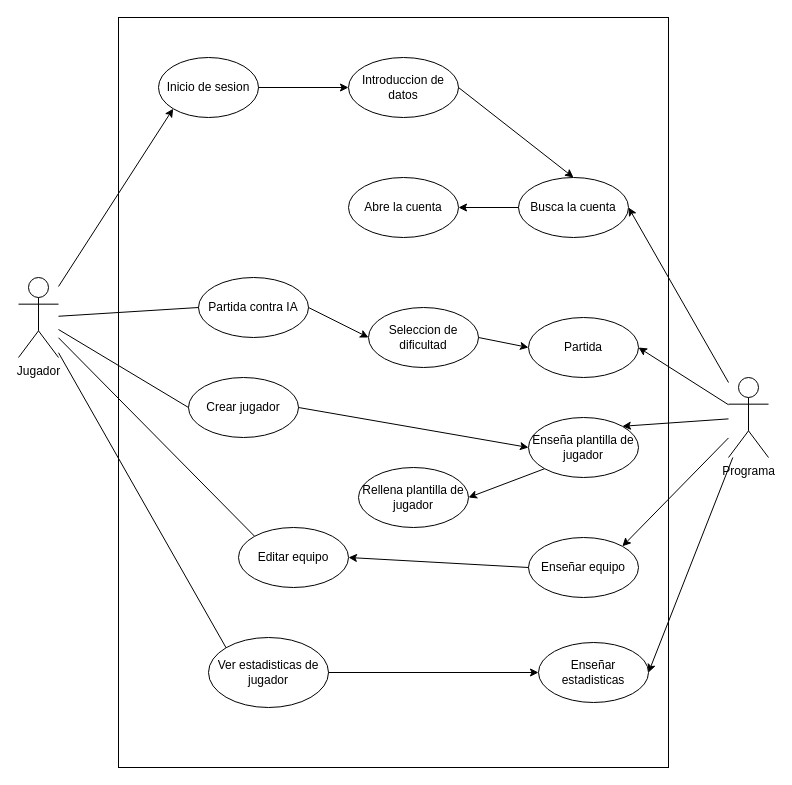
The draw.io diagram Diagrama de uso.drawio in ManuLazaro/TrabajoProgramacion, before the edit. Source tidied: cells renumbered, new cells numbered last; positions are measured from the earlier drawing's top-left corner, leaving out a move shared by most shapes. Both pictures are drawn from the tidied source at 100%, with x=0, y=0 at pixel (18, 17).
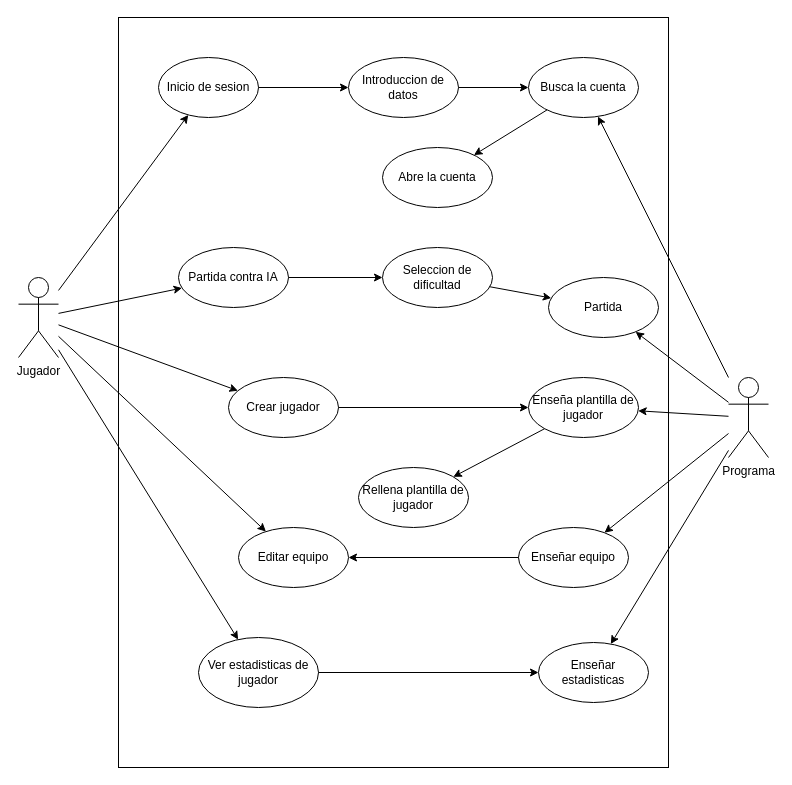
Above is the later version.

The change refers to these unchanged cells:
```xml
<mxCell id="2" value="Jugador" style="shape=umlActor;verticalLabelPosition=bottom;verticalAlign=top;html=1;outlineConnect=0;" parent="1" vertex="1">
  <mxGeometry y="260" width="40" height="80" as="geometry" />
</mxCell>
<mxCell id="3" value="Programa" style="shape=umlActor;verticalLabelPosition=bottom;verticalAlign=top;html=1;outlineConnect=0;align=center;horizontal=1;" parent="1" vertex="1">
  <mxGeometry x="710" y="360" width="40" height="80" as="geometry" />
</mxCell>
<mxCell id="5" value="Inicio de sesion" style="ellipse;whiteSpace=wrap;html=1;" parent="1" vertex="1">
  <mxGeometry x="140" y="40" width="100" height="60" as="geometry" />
</mxCell>
<mxCell id="9" value="Editar equipo" style="ellipse;whiteSpace=wrap;html=1;" parent="1" vertex="1">
  <mxGeometry x="220" y="510" width="110" height="60" as="geometry" />
</mxCell>
<mxCell id="14" value="Introduccion de datos" style="ellipse;whiteSpace=wrap;html=1;" parent="1" vertex="1">
  <mxGeometry x="330" y="40" width="110" height="60" as="geometry" />
</mxCell>
<mxCell id="29" value="Rellena plantilla de jugador" style="ellipse;whiteSpace=wrap;html=1;" parent="1" vertex="1">
  <mxGeometry x="340" y="450" width="110" height="60" as="geometry" />
</mxCell>
<mxCell id="34" value="Enseñar estadisticas" style="ellipse;whiteSpace=wrap;html=1;" parent="1" vertex="1">
  <mxGeometry x="520" y="625" width="110" height="60" as="geometry" />
</mxCell>
```

The edit, as a diff of the source:
```diff
@@
     <mxCell id="6" value="Partida contra IA" style="ellipse;whiteSpace=wrap;html=1;" parent="1" vertex="1">
-      <mxGeometry x="180" y="260" width="110" height="60" as="geometry" />
+      <mxGeometry x="160" y="230" width="110" height="60" as="geometry" />
     </mxCell>
-    <mxCell id="7" style="endArrow=none;html=1;rounded=0;entryX=0;entryY=0.5;entryDx=0;entryDy=0;" parent="1" edge="1" source="2" target="6">
-      <mxGeometry relative="1" as="geometry" />
-    </mxCell>
     <mxCell id="8" value="Crear jugador" style="ellipse;whiteSpace=wrap;html=1;" parent="1" vertex="1">
-      <mxGeometry x="170" y="360" width="110" height="60" as="geometry" />
+      <mxGeometry x="210" y="360" width="110" height="60" as="geometry" />
     </mxCell>
@@
     <mxCell id="10" value="Ver estadisticas de jugador" style="ellipse;whiteSpace=wrap;html=1;" parent="1" vertex="1">
-      <mxGeometry x="190" y="620" width="120" height="70" as="geometry" />
+      <mxGeometry x="180" y="620" width="120" height="70" as="geometry" />
     </mxCell>
-    <mxCell id="11" style="endArrow=none;html=1;rounded=0;entryX=0;entryY=0.5;entryDx=0;entryDy=0;" parent="1" edge="1" source="2" target="8">
-      <mxGeometry relative="1" as="geometry" />
-    </mxCell>
-    <mxCell id="12" style="endArrow=none;html=1;rounded=0;entryX=0;entryY=0;entryDx=0;entryDy=0;" parent="1" edge="1" source="2" target="9">
-      <mxGeometry relative="1" as="geometry" />
-    </mxCell>
-    <mxCell id="13" style="endArrow=none;html=1;rounded=0;entryX=0;entryY=0;entryDx=0;entryDy=0;" parent="1" edge="1" source="2" target="10">
-      <mxGeometry relative="1" as="geometry" />
-    </mxCell>
@@
     <mxCell id="15" value="Busca la cuenta" style="ellipse;whiteSpace=wrap;html=1;" parent="1" vertex="1">
-      <mxGeometry x="500" y="160" width="110" height="60" as="geometry" />
+      <mxGeometry x="510" y="40" width="110" height="60" as="geometry" />
     </mxCell>
     <mxCell id="16" value="Abre la cuenta" style="ellipse;whiteSpace=wrap;html=1;" parent="1" vertex="1">
-      <mxGeometry x="330" y="160" width="110" height="60" as="geometry" />
+      <mxGeometry x="364" y="130" width="110" height="60" as="geometry" />
     </mxCell>
-    <mxCell id="17" style="endArrow=classic;html=1;rounded=0;exitX=1;exitY=0.5;exitDx=0;exitDy=0;entryX=0;entryY=0.5;entryDx=0;entryDy=0;" parent="1" edge="1" source="5" target="14">
+    <mxCell id="17" style="endArrow=classic;html=1;rounded=0;" parent="1" edge="1" source="5" target="14">
       <mxGeometry relative="1" as="geometry" />
     </mxCell>
-    <mxCell id="18" style="endArrow=classic;html=1;rounded=0;exitX=1;exitY=0.5;exitDx=0;exitDy=0;entryX=0.5;entryY=0;entryDx=0;entryDy=0;" parent="1" edge="1" source="14" target="15">
+    <mxCell id="18" style="endArrow=classic;html=1;rounded=0;" parent="1" edge="1" source="14" target="15">
       <mxGeometry relative="1" as="geometry" />
     </mxCell>
-    <mxCell id="19" style="endArrow=classic;html=1;rounded=0;exitX=0;exitY=0.5;exitDx=0;exitDy=0;entryX=1;entryY=0.5;entryDx=0;entryDy=0;" parent="1" edge="1" source="15" target="16">
+    <mxCell id="19" style="endArrow=classic;html=1;rounded=0;" parent="1" edge="1" source="15" target="16">
       <mxGeometry relative="1" as="geometry" />
     </mxCell>
-    <mxCell id="20" style="endArrow=classic;html=1;rounded=0;entryX=1;entryY=0.5;entryDx=0;entryDy=0;" parent="1" edge="1" source="3" target="15">
+    <mxCell id="20" style="endArrow=classic;html=1;rounded=0;" parent="1" edge="1" source="3" target="15">
       <mxGeometry relative="1" as="geometry" />
     </mxCell>
     <mxCell id="21" value="Seleccion de dificultad" style="ellipse;whiteSpace=wrap;html=1;" parent="1" vertex="1">
-      <mxGeometry x="350" y="290" width="110" height="60" as="geometry" />
+      <mxGeometry x="364" y="230" width="110" height="60" as="geometry" />
     </mxCell>
     <mxCell id="22" value="Partida" style="ellipse;whiteSpace=wrap;html=1;" parent="1" vertex="1">
-      <mxGeometry x="510" y="300" width="110" height="60" as="geometry" />
+      <mxGeometry x="530" y="260" width="110" height="60" as="geometry" />
     </mxCell>
-    <mxCell id="23" style="endArrow=classic;html=1;rounded=0;exitX=1;exitY=0.5;exitDx=0;exitDy=0;entryX=0;entryY=0.5;entryDx=0;entryDy=0;" parent="1" edge="1" source="6" target="21">
+    <mxCell id="23" style="endArrow=classic;html=1;rounded=0;" parent="1" edge="1" source="6" target="21">
       <mxGeometry relative="1" as="geometry" />
     </mxCell>
-    <mxCell id="24" style="endArrow=classic;html=1;rounded=0;exitX=1;exitY=0.5;exitDx=0;exitDy=0;entryX=0;entryY=0.5;entryDx=0;entryDy=0;" parent="1" edge="1" source="21" target="22">
+    <mxCell id="24" style="endArrow=classic;html=1;rounded=0;" parent="1" edge="1" source="21" target="22">
       <mxGeometry relative="1" as="geometry" />
     </mxCell>
-    <mxCell id="25" style="endArrow=classic;html=1;rounded=0;entryX=0;entryY=1;entryDx=0;entryDy=0;" parent="1" edge="1" source="2" target="5">
+    <mxCell id="25" style="endArrow=classic;html=1;rounded=0;" parent="1" edge="1" source="2" target="5">
       <mxGeometry relative="1" as="geometry" />
     </mxCell>
-    <mxCell id="26" style="endArrow=classic;html=1;rounded=0;entryX=1;entryY=0.5;entryDx=0;entryDy=0;" parent="1" edge="1" source="3" target="22">
+    <mxCell id="26" style="endArrow=classic;html=1;rounded=0;" parent="1" edge="1" source="3" target="22">
       <mxGeometry relative="1" as="geometry" />
     </mxCell>
     <mxCell id="27" value="Enseña plantilla de jugador" style="ellipse;whiteSpace=wrap;html=1;" parent="1" vertex="1">
-      <mxGeometry x="510" y="400" width="110" height="60" as="geometry" />
+      <mxGeometry x="510" y="360" width="110" height="60" as="geometry" />
     </mxCell>
-    <mxCell id="28" style="endArrow=classic;html=1;rounded=0;entryX=1;entryY=0;entryDx=0;entryDy=0;" parent="1" edge="1" source="3" target="27">
+    <mxCell id="28" style="endArrow=classic;html=1;rounded=0;" parent="1" edge="1" source="3" target="27">
       <mxGeometry relative="1" as="geometry" />
     </mxCell>
@@
-    <mxCell id="30" style="endArrow=classic;html=1;rounded=0;exitX=1;exitY=0.5;exitDx=0;exitDy=0;entryX=0;entryY=0.5;entryDx=0;entryDy=0;" parent="1" edge="1" source="8" target="27">
+    <mxCell id="30" style="endArrow=classic;html=1;rounded=0;" parent="1" edge="1" source="8" target="27">
       <mxGeometry relative="1" as="geometry" />
     </mxCell>
-    <mxCell id="31" style="endArrow=classic;html=1;rounded=0;exitX=0;exitY=1;exitDx=0;exitDy=0;entryX=1;entryY=0.5;entryDx=0;entryDy=0;" parent="1" edge="1" source="27" target="29">
+    <mxCell id="31" style="endArrow=classic;html=1;rounded=0;exitX=0;exitY=1;exitDx=0;exitDy=0;" parent="1" edge="1" source="27" target="29">
       <mxGeometry relative="1" as="geometry" />
     </mxCell>
     <mxCell id="32" value="Enseñar equipo" style="ellipse;whiteSpace=wrap;html=1;" parent="1" vertex="1">
-      <mxGeometry x="510" y="520" width="110" height="60" as="geometry" />
+      <mxGeometry x="500" y="510" width="110" height="60" as="geometry" />
     </mxCell>
-    <mxCell id="33" style="endArrow=classic;html=1;rounded=0;entryX=1;entryY=0;entryDx=0;entryDy=0;" parent="1" edge="1" source="3" target="32">
+    <mxCell id="33" style="endArrow=classic;html=1;rounded=0;" parent="1" edge="1" source="3" target="32">
       <mxGeometry relative="1" as="geometry" />
     </mxCell>
@@
-    <mxCell id="35" style="endArrow=classic;html=1;rounded=0;entryX=1;entryY=0.5;entryDx=0;entryDy=0;" parent="1" edge="1" source="3" target="34">
+    <mxCell id="35" style="endArrow=classic;html=1;rounded=0;" parent="1" edge="1" source="3" target="34">
       <mxGeometry relative="1" as="geometry" />
     </mxCell>
-    <mxCell id="36" style="endArrow=classic;html=1;rounded=0;exitX=1;exitY=0.5;exitDx=0;exitDy=0;entryX=0;entryY=0.5;entryDx=0;entryDy=0;" parent="1" edge="1" source="10" target="34">
+    <mxCell id="36" style="endArrow=classic;html=1;rounded=0;" parent="1" edge="1" source="10" target="34">
       <mxGeometry relative="1" as="geometry" />
     </mxCell>
-    <mxCell id="37" style="endArrow=classic;html=1;rounded=0;exitX=0;exitY=0.5;exitDx=0;exitDy=0;entryX=1;entryY=0.5;entryDx=0;entryDy=0;" parent="1" edge="1" source="32" target="9">
+    <mxCell id="37" style="endArrow=classic;html=1;rounded=0;" parent="1" edge="1" source="32" target="9">
       <mxGeometry relative="1" as="geometry" />
     </mxCell>
+    <mxCell id="7" style="endArrow=classic;html=1;rounded=0;" parent="1" edge="1" source="2" target="6">
+      <mxGeometry relative="1" as="geometry" />
+    </mxCell>
+    <mxCell id="11" style="endArrow=classic;html=1;rounded=0;" parent="1" edge="1" source="2" target="8">
+      <mxGeometry relative="1" as="geometry" />
+    </mxCell>
+    <mxCell id="12" style="endArrow=classic;html=1;rounded=0;" parent="1" edge="1" source="2" target="9">
+      <mxGeometry relative="1" as="geometry" />
+    </mxCell>
+    <mxCell id="13" style="endArrow=classic;html=1;rounded=0;" parent="1" edge="1" source="2" target="10">
+      <mxGeometry relative="1" as="geometry" />
+    </mxCell>
```
